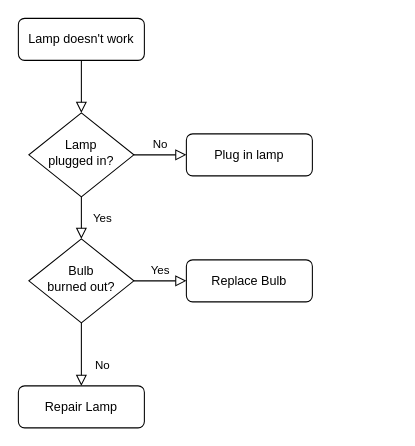
Before: Hangman.drawio in Spike-Julia/E-Dataset, a draw.io diagram. Source tidied: cells renumbered, new cells numbered last; positions are measured from the earlier drawing's top-left corner, leaving out a move shared by most shapes. Both pictures are drawn from the tidied source at 105%, with x=0, y=0 at pixel (18, 18).
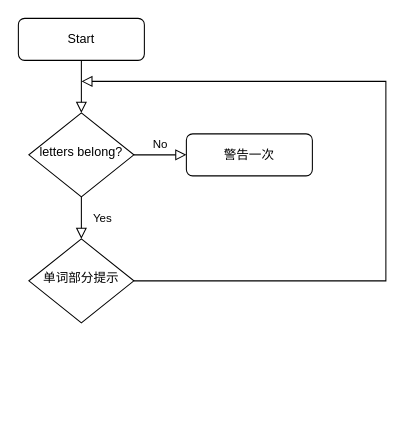
The same diagram, later.

The edit, as a diff of the source:
```diff
@@
 <mxGraphModel>
   <root>
     <mxCell id="0" />
     <mxCell id="1" parent="0" />
     <mxCell id="2" style="rounded=0;html=1;jettySize=auto;fontSize=11;endArrow=block;endFill=0;endSize=8;strokeWidth=1;shadow=0;labelBackgroundColor=none;edgeStyle=orthogonalEdgeStyle;" parent="1" edge="1" source="3" target="6">
       <mxGeometry relative="1" as="geometry" />
     </mxCell>
-    <mxCell id="3" value="Lamp doesn't work" style="rounded=1;whiteSpace=wrap;html=1;fontSize=12;glass=0;strokeWidth=1;shadow=0;" parent="1" vertex="1">
+    <mxCell id="3" value="Start" style="rounded=1;whiteSpace=wrap;html=1;fontSize=12;glass=0;strokeWidth=1;shadow=0;" parent="1" vertex="1">
       <mxGeometry width="120" height="40" as="geometry" />
     </mxCell>
     <mxCell id="4" value="Yes" style="rounded=0;html=1;jettySize=auto;fontSize=11;endArrow=block;endFill=0;endSize=8;strokeWidth=1;shadow=0;labelBackgroundColor=none;edgeStyle=orthogonalEdgeStyle;" parent="1" edge="1" source="6" target="10">
       <mxGeometry y="20" relative="1" as="geometry" />
     </mxCell>
     <mxCell id="5" value="No" style="edgeStyle=orthogonalEdgeStyle;rounded=0;html=1;jettySize=auto;fontSize=11;endArrow=block;endFill=0;endSize=8;strokeWidth=1;shadow=0;labelBackgroundColor=none;" parent="1" edge="1" source="6" target="7">
       <mxGeometry y="10" relative="1" as="geometry" />
     </mxCell>
-    <mxCell id="6" value="Lamp&lt;br&gt;plugged in?" style="rhombus;whiteSpace=wrap;html=1;shadow=0;fontFamily=Helvetica;fontSize=12;align=center;strokeWidth=1;spacing=6;spacingTop=-4;" parent="1" vertex="1">
+    <mxCell id="6" value="letters belong?" style="rhombus;whiteSpace=wrap;html=1;shadow=0;fontFamily=Helvetica;fontSize=12;align=center;strokeWidth=1;spacing=6;spacingTop=-4;" parent="1" vertex="1">
       <mxGeometry x="10" y="90" width="100" height="80" as="geometry" />
     </mxCell>
-    <mxCell id="7" value="Plug in lamp" style="rounded=1;whiteSpace=wrap;html=1;fontSize=12;glass=0;strokeWidth=1;shadow=0;" parent="1" vertex="1">
+    <mxCell id="7" value="警告一次" style="rounded=1;whiteSpace=wrap;html=1;fontSize=12;glass=0;strokeWidth=1;shadow=0;" parent="1" vertex="1">
       <mxGeometry x="160" y="110" width="120" height="40" as="geometry" />
     </mxCell>
-    <mxCell id="8" value="No" style="rounded=0;html=1;jettySize=auto;fontSize=11;endArrow=block;endFill=0;endSize=8;strokeWidth=1;shadow=0;labelBackgroundColor=none;edgeStyle=orthogonalEdgeStyle;" parent="1" edge="1" source="10" target="11">
-      <mxGeometry x="0.33" y="20" relative="1" as="geometry" />
-    </mxCell>
-    <mxCell id="9" value="Yes" style="edgeStyle=orthogonalEdgeStyle;rounded=0;html=1;jettySize=auto;fontSize=11;endArrow=block;endFill=0;endSize=8;strokeWidth=1;shadow=0;labelBackgroundColor=none;" parent="1" edge="1" source="10" target="12">
-      <mxGeometry y="10" relative="1" as="geometry" />
+    <mxCell id="9" style="edgeStyle=orthogonalEdgeStyle;rounded=0;html=1;jettySize=auto;fontSize=11;endArrow=block;endFill=0;endSize=8;strokeWidth=1;shadow=0;labelBackgroundColor=none;" parent="1" edge="1" source="10">
+      <mxGeometry y="10" relative="1" as="geometry">
+        <mxPoint x="60" y="60" as="targetPoint" />
+        <Array as="points">
+          <mxPoint x="350" y="250" />
+          <mxPoint x="350" y="60" />
+        </Array>
+      </mxGeometry>
     </mxCell>
-    <mxCell id="10" value="Bulb&lt;br&gt;burned out?" style="rhombus;whiteSpace=wrap;html=1;shadow=0;fontFamily=Helvetica;fontSize=12;align=center;strokeWidth=1;spacing=6;spacingTop=-4;" parent="1" vertex="1">
+    <mxCell id="10" value="单词部分提示" style="rhombus;whiteSpace=wrap;html=1;shadow=0;fontFamily=Helvetica;fontSize=12;align=center;strokeWidth=1;spacing=6;spacingTop=-4;" parent="1" vertex="1">
       <mxGeometry x="10" y="210" width="100" height="80" as="geometry" />
     </mxCell>
-    <mxCell id="11" value="Repair Lamp" style="rounded=1;whiteSpace=wrap;html=1;fontSize=12;glass=0;strokeWidth=1;shadow=0;" parent="1" vertex="1">
-      <mxGeometry y="350" width="120" height="40" as="geometry" />
-    </mxCell>
-    <mxCell id="12" value="Replace Bulb" style="rounded=1;whiteSpace=wrap;html=1;fontSize=12;glass=0;strokeWidth=1;shadow=0;" parent="1" vertex="1">
-      <mxGeometry x="160" y="230" width="120" height="40" as="geometry" />
-    </mxCell>
   </root>
 </mxGraphModel>
```
